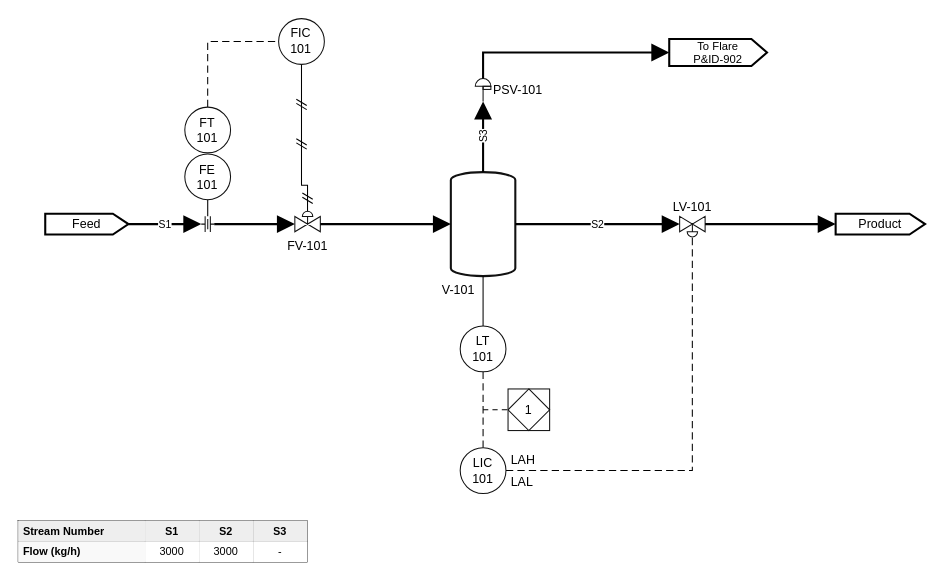
Above: drawio-samples/04_control_loop.drawio in Alpha9463/pandid (draw.io), before the change. Source tidied: cells renumbered, new cells numbered last; positions are measured from the earlier drawing's top-left corner, leaving out a move shared by most shapes. Both pictures are drawn from the tidied source at 104%, with x=0, y=0 at pixel (18, 18).
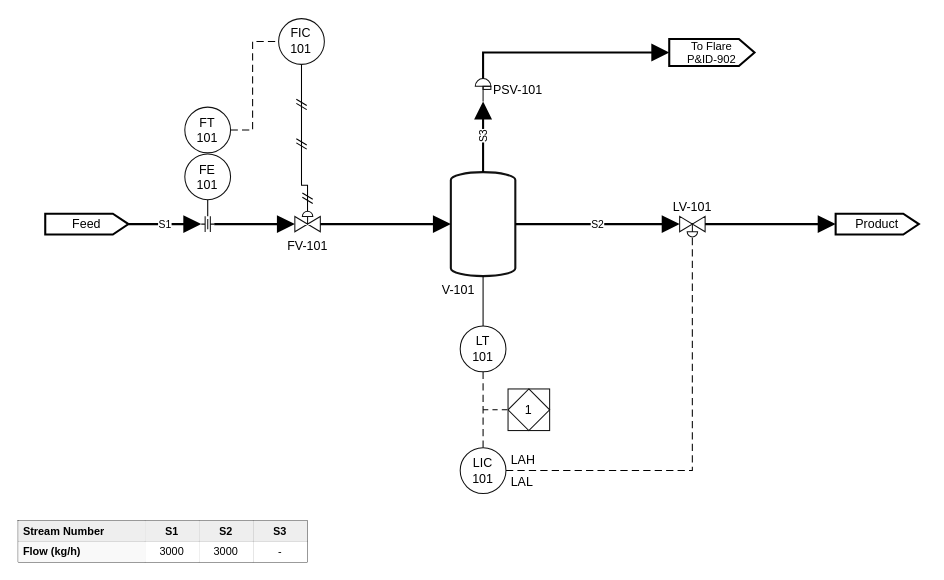
The same diagram, later.

Unchanged cells that the change refers to:
```xml
<mxCell id="42" value="FT&lt;br&gt;101" style="html=1;shape=ellipse;rounded=0;whiteSpace=wrap;strokeColor=#111;fillColor=#ffffff;strokeWidth=1;verticalLabelPosition=middle;verticalAlign=middle;align=center;fontSize=12;" parent="1" vertex="1">
  <mxGeometry x="160.2" y="85.5" width="44" height="44" as="geometry" />
</mxCell>
<mxCell id="43" value="FIC&lt;br&gt;101" style="html=1;shape=ellipse;rounded=0;whiteSpace=wrap;strokeColor=#111;fillColor=#ffffff;strokeWidth=1;verticalLabelPosition=middle;verticalAlign=middle;align=center;fontSize=12;" parent="1" vertex="1">
  <mxGeometry x="250.4" y="0.4" width="44" height="44" as="geometry" />
</mxCell>
```

What changed in the source:
```diff
@@
-    <mxCell id="18" value="Product" style="html=1;shape=offPageConnector;size=0.174419;direction=north;anchorPointDirection=0;legacyAnchorPoints=1;rounded=0;whiteSpace=wrap;strokeColor=#000000;fillColor=none;strokeWidth=2;verticalLabelPosition=middle;verticalAlign=middle;align=center;fontSize=12;" parent="1" vertex="1">
-      <mxGeometry x="786" y="188" width="86" height="20" as="geometry" />
+    <mxCell id="18" value="Product" style="html=1;shape=offPageConnector;size=0.1875;direction=north;anchorPointDirection=0;legacyAnchorPoints=1;rounded=0;whiteSpace=wrap;strokeColor=#000000;fillColor=none;strokeWidth=2;verticalLabelPosition=middle;verticalAlign=middle;align=center;fontSize=12;" parent="1" vertex="1">
+      <mxGeometry x="786" y="188" width="80" height="20" as="geometry" />
     </mxCell>
@@
-    <mxCell id="20" value="To Flare&lt;br&gt;P&amp;amp;ID-902" style="html=1;shape=offPageConnector;size=0.159574;direction=north;anchorPointDirection=0;legacyAnchorPoints=1;rounded=0;whiteSpace=wrap;strokeColor=#000000;fillColor=none;strokeWidth=2;verticalLabelPosition=middle;verticalAlign=middle;align=center;fontSize=10.8333;" parent="1" vertex="1">
-      <mxGeometry x="626" y="20" width="94" height="26" as="geometry" />
+    <mxCell id="20" value="To Flare&lt;br&gt;P&amp;amp;ID-902" style="html=1;shape=offPageConnector;size=0.182882;direction=north;anchorPointDirection=0;legacyAnchorPoints=1;rounded=0;whiteSpace=wrap;strokeColor=#000000;fillColor=none;strokeWidth=2;verticalLabelPosition=middle;verticalAlign=middle;align=center;fontSize=10.8333;" parent="1" vertex="1">
+      <mxGeometry x="626" y="20" width="82" height="26" as="geometry" />
     </mxCell>
@@
-    <mxCell id="28" style="html=1;edgeStyle=none;rounded=0;jettySize=auto;exitX=0.5;exitY=0;exitDx=0;exitDy=0;exitPerimeter=0;entryX=0;entryY=0.5;entryDx=0;entryDy=0;entryPerimeter=0;strokeColor=#000000;strokeWidth=1;dashed=1;dashPattern=7 4;fixDash=1;endArrow=none;startArrow=none;" parent="1" edge="1" source="42" target="43">
+    <mxCell id="28" style="html=1;edgeStyle=none;rounded=0;jettySize=auto;exitX=1;exitY=0.5;exitDx=0;exitDy=0;exitPerimeter=0;entryX=0;entryY=0.5;entryDx=0;entryDy=0;entryPerimeter=0;strokeColor=#000000;strokeWidth=1;dashed=1;dashPattern=7 4;fixDash=1;endArrow=none;startArrow=none;" parent="1" edge="1" source="42" target="43">
       <mxGeometry relative="1" as="geometry">
         <Array as="points">
-          <mxPoint x="182.2" y="22.4" />
+          <mxPoint x="225.4" y="107.5" />
+          <mxPoint x="225.4" y="22.4" />
         </Array>
       </mxGeometry>
     </mxCell>
```
